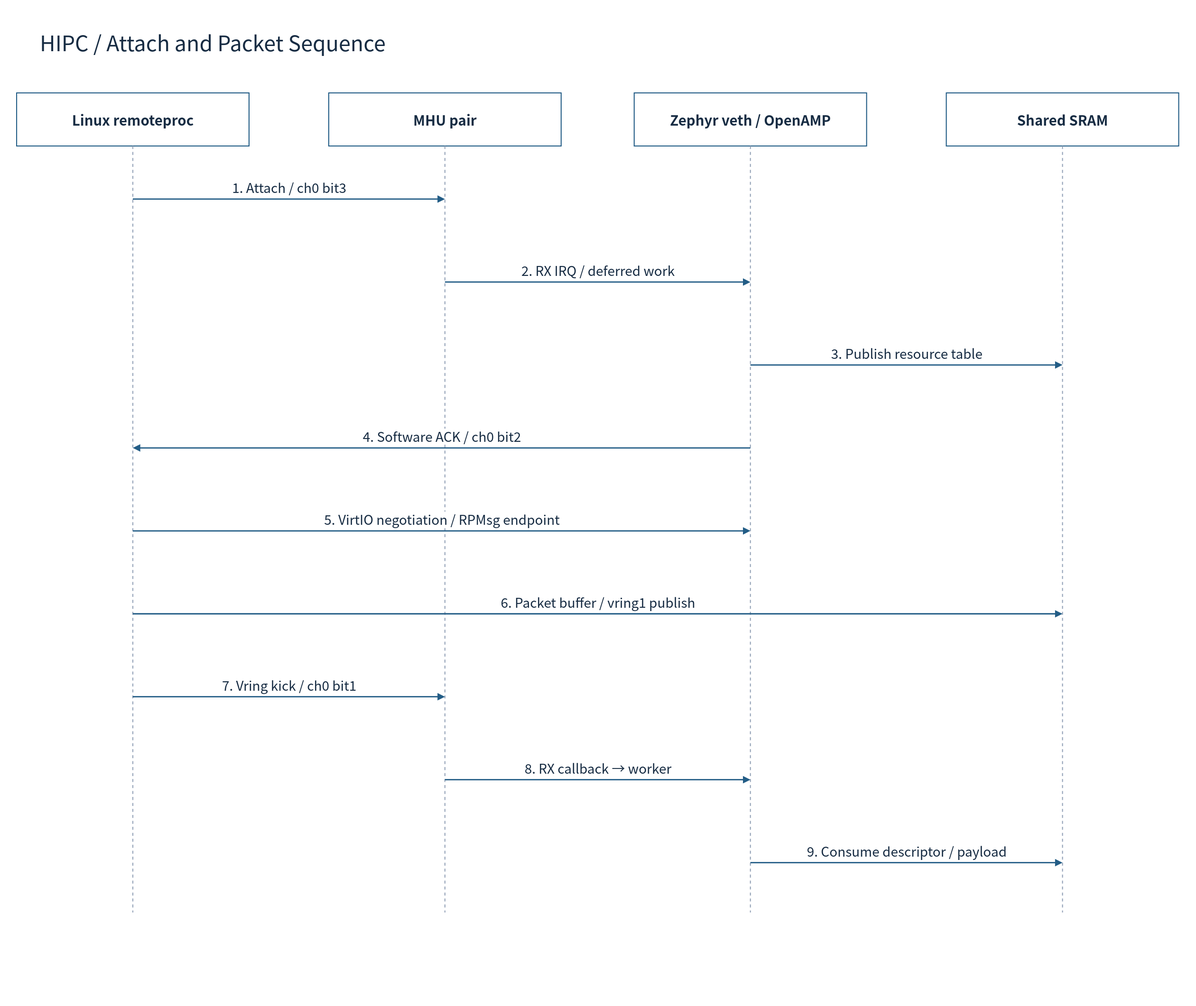
This is doc/phase1/mailbox/diagrams/13-hipc-sequence.drawio.svg from cometzero/project-apollo, a draw.io export, as it was before one commit. Source tidied: cells renumbered, new cells last; positions are measured from the earlier drawing's top-left corner, leaving out a move shared by most shapes. Source of this version:
```xml
<mxGraphModel background="#FFFFFF">
  <root>
    <mxCell id="0" />
    <mxCell id="1" parent="0" />
    <mxCell id="2" style="rounded=0;whiteSpace=wrap;html=1;fillColor=#FFFFFF;strokeColor=none;strokeWidth=1.5;fontColor=#172C43;fontFamily=Noto Sans CJK KR;fontSize=22;spacing=10;" parent="1" vertex="1">
      <mxGeometry width="1800" height="1515" as="geometry" />
    </mxCell>
    <mxCell id="3" value="HIPC / Attach and Packet Sequence" style="rounded=0;whiteSpace=wrap;html=1;fillColor=#FFFFFF;strokeColor=none;strokeWidth=1.5;fontColor=#172C43;fontFamily=Noto Sans CJK KR;fontSize=22;spacing=10;fontSize=32;align=left;" parent="1" vertex="1">
      <mxGeometry x="50" y="30" width="1700" height="65" as="geometry" />
    </mxCell>
    <mxCell id="4" value="Linux remoteproc" style="rounded=0;whiteSpace=wrap;html=1;fillColor=#FFFFFF;strokeColor=#235D86;strokeWidth=1.5;fontColor=#172C43;fontFamily=Noto Sans CJK KR;fontSize=22;spacing=10;fontStyle=1;fontSize=21;" parent="1" vertex="1">
      <mxGeometry x="25" y="140" width="350" height="80" as="geometry" />
    </mxCell>
    <mxCell id="5" style="endArrow=none;dashed=1;strokeColor=#94A3B8;strokeWidth=1.5;" parent="1" edge="1">
      <mxGeometry relative="1" as="geometry">
        <mxPoint x="200" y="220" as="sourcePoint" />
        <mxPoint x="200" y="1375" as="targetPoint" />
      </mxGeometry>
    </mxCell>
    <mxCell id="6" value="MHU pair" style="rounded=0;whiteSpace=wrap;html=1;fillColor=#FFFFFF;strokeColor=#235D86;strokeWidth=1.5;fontColor=#172C43;fontFamily=Noto Sans CJK KR;fontSize=22;spacing=10;fontStyle=1;fontSize=21;" parent="1" vertex="1">
      <mxGeometry x="495" y="140" width="350" height="80" as="geometry" />
    </mxCell>
    <mxCell id="7" style="endArrow=none;dashed=1;strokeColor=#94A3B8;strokeWidth=1.5;" parent="1" edge="1">
      <mxGeometry relative="1" as="geometry">
        <mxPoint x="670" y="220" as="sourcePoint" />
        <mxPoint x="670" y="1375" as="targetPoint" />
      </mxGeometry>
    </mxCell>
    <mxCell id="8" value="Zephyr veth / OpenAMP" style="rounded=0;whiteSpace=wrap;html=1;fillColor=#FFFFFF;strokeColor=#235D86;strokeWidth=1.5;fontColor=#172C43;fontFamily=Noto Sans CJK KR;fontSize=22;spacing=10;fontStyle=1;fontSize=21;" parent="1" vertex="1">
      <mxGeometry x="955" y="140" width="350" height="80" as="geometry" />
    </mxCell>
    <mxCell id="9" style="endArrow=none;dashed=1;strokeColor=#94A3B8;strokeWidth=1.5;" parent="1" edge="1">
      <mxGeometry relative="1" as="geometry">
        <mxPoint x="1130" y="220" as="sourcePoint" />
        <mxPoint x="1130" y="1375" as="targetPoint" />
      </mxGeometry>
    </mxCell>
    <mxCell id="10" value="Shared SRAM" style="rounded=0;whiteSpace=wrap;html=1;fillColor=#FFFFFF;strokeColor=#235D86;strokeWidth=1.5;fontColor=#172C43;fontFamily=Noto Sans CJK KR;fontSize=22;spacing=10;fontStyle=1;fontSize=21;" parent="1" vertex="1">
      <mxGeometry x="1425" y="140" width="350" height="80" as="geometry" />
    </mxCell>
    <mxCell id="11" style="endArrow=none;dashed=1;strokeColor=#94A3B8;strokeWidth=1.5;" parent="1" edge="1">
      <mxGeometry relative="1" as="geometry">
        <mxPoint x="1600" y="220" as="sourcePoint" />
        <mxPoint x="1600" y="1375" as="targetPoint" />
      </mxGeometry>
    </mxCell>
    <mxCell id="12" value="1. Attach / ch0 bit3" style="edgeStyle=none;html=1;endArrow=block;endFill=1;strokeColor=#235D86;strokeWidth=2;fontColor=#172C43;fontFamily=Noto Sans CJK KR;fontSize=20;labelBackgroundColor=#FFFFFF;" parent="1" edge="1">
      <mxGeometry relative="1" as="geometry">
        <mxPoint x="200" y="300" as="sourcePoint" />
        <mxPoint x="670" y="300" as="targetPoint" />
        <mxPoint y="-18" as="offset" />
      </mxGeometry>
    </mxCell>
    <mxCell id="13" value="2. RX IRQ / deferred work" style="edgeStyle=none;html=1;endArrow=block;endFill=1;strokeColor=#235D86;strokeWidth=2;fontColor=#172C43;fontFamily=Noto Sans CJK KR;fontSize=20;labelBackgroundColor=#FFFFFF;" parent="1" edge="1">
      <mxGeometry relative="1" as="geometry">
        <mxPoint x="670" y="425" as="sourcePoint" />
        <mxPoint x="1130" y="425" as="targetPoint" />
        <mxPoint y="-18" as="offset" />
      </mxGeometry>
    </mxCell>
    <mxCell id="14" value="3. Publish resource table" style="edgeStyle=none;html=1;endArrow=block;endFill=1;strokeColor=#235D86;strokeWidth=2;fontColor=#172C43;fontFamily=Noto Sans CJK KR;fontSize=20;labelBackgroundColor=#FFFFFF;" parent="1" edge="1">
      <mxGeometry relative="1" as="geometry">
        <mxPoint x="1130" y="550" as="sourcePoint" />
        <mxPoint x="1600" y="550" as="targetPoint" />
        <mxPoint y="-18" as="offset" />
      </mxGeometry>
    </mxCell>
    <mxCell id="15" value="4. Software ACK / ch0 bit2" style="edgeStyle=none;html=1;endArrow=block;endFill=1;strokeColor=#235D86;strokeWidth=2;fontColor=#172C43;fontFamily=Noto Sans CJK KR;fontSize=20;labelBackgroundColor=#FFFFFF;" parent="1" edge="1">
      <mxGeometry relative="1" as="geometry">
        <mxPoint x="1130" y="675" as="sourcePoint" />
        <mxPoint x="200" y="675" as="targetPoint" />
        <mxPoint y="-18" as="offset" />
      </mxGeometry>
    </mxCell>
    <mxCell id="16" value="5. VirtIO negotiation / RPMsg endpoint" style="edgeStyle=none;html=1;endArrow=block;endFill=1;strokeColor=#235D86;strokeWidth=2;fontColor=#172C43;fontFamily=Noto Sans CJK KR;fontSize=20;labelBackgroundColor=#FFFFFF;" parent="1" edge="1">
      <mxGeometry relative="1" as="geometry">
        <mxPoint x="200" y="800" as="sourcePoint" />
        <mxPoint x="1130" y="800" as="targetPoint" />
        <mxPoint y="-18" as="offset" />
      </mxGeometry>
    </mxCell>
    <mxCell id="17" value="6. Packet buffer / vring1 publish" style="edgeStyle=none;html=1;endArrow=block;endFill=1;strokeColor=#235D86;strokeWidth=2;fontColor=#172C43;fontFamily=Noto Sans CJK KR;fontSize=20;labelBackgroundColor=#FFFFFF;" parent="1" edge="1">
      <mxGeometry relative="1" as="geometry">
        <mxPoint x="200" y="925" as="sourcePoint" />
        <mxPoint x="1600" y="925" as="targetPoint" />
        <mxPoint y="-18" as="offset" />
      </mxGeometry>
    </mxCell>
    <mxCell id="18" value="7. Vring kick / ch0 bit1" style="edgeStyle=none;html=1;endArrow=block;endFill=1;strokeColor=#235D86;strokeWidth=2;fontColor=#172C43;fontFamily=Noto Sans CJK KR;fontSize=20;labelBackgroundColor=#FFFFFF;" parent="1" edge="1">
      <mxGeometry relative="1" as="geometry">
        <mxPoint x="200" y="1050" as="sourcePoint" />
        <mxPoint x="670" y="1050" as="targetPoint" />
        <mxPoint y="-18" as="offset" />
      </mxGeometry>
    </mxCell>
    <mxCell id="19" value="8. RX callback → worker" style="edgeStyle=none;html=1;endArrow=block;endFill=1;strokeColor=#235D86;strokeWidth=2;fontColor=#172C43;fontFamily=Noto Sans CJK KR;fontSize=20;labelBackgroundColor=#FFFFFF;" parent="1" edge="1">
      <mxGeometry relative="1" as="geometry">
        <mxPoint x="670" y="1175" as="sourcePoint" />
        <mxPoint x="1130" y="1175" as="targetPoint" />
        <mxPoint y="-18" as="offset" />
      </mxGeometry>
    </mxCell>
    <mxCell id="20" value="9. Consume descriptor / payload" style="edgeStyle=none;html=1;endArrow=block;endFill=1;strokeColor=#235D86;strokeWidth=2;fontColor=#172C43;fontFamily=Noto Sans CJK KR;fontSize=20;labelBackgroundColor=#FFFFFF;" parent="1" edge="1">
      <mxGeometry relative="1" as="geometry">
        <mxPoint x="1130" y="1300" as="sourcePoint" />
        <mxPoint x="1600" y="1300" as="targetPoint" />
        <mxPoint y="-18" as="offset" />
      </mxGeometry>
    </mxCell>
  </root>
</mxGraphModel>
```
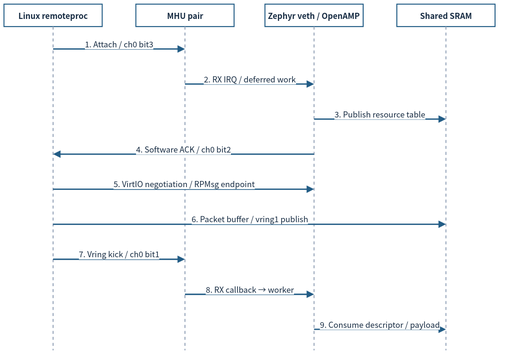
Later version of the same file.

Change to the diagram source:
```diff
@@ -2,109 +2,103 @@
   <root>
     <mxCell id="0" />
     <mxCell id="1" parent="0" />
-    <mxCell id="2" style="rounded=0;whiteSpace=wrap;html=1;fillColor=#FFFFFF;strokeColor=none;strokeWidth=1.5;fontColor=#172C43;fontFamily=Noto Sans CJK KR;fontSize=22;spacing=10;" parent="1" vertex="1">
-      <mxGeometry width="1800" height="1515" as="geometry" />
-    </mxCell>
-    <mxCell id="3" value="HIPC / Attach and Packet Sequence" style="rounded=0;whiteSpace=wrap;html=1;fillColor=#FFFFFF;strokeColor=none;strokeWidth=1.5;fontColor=#172C43;fontFamily=Noto Sans CJK KR;fontSize=22;spacing=10;fontSize=32;align=left;" parent="1" vertex="1">
-      <mxGeometry x="50" y="30" width="1700" height="65" as="geometry" />
-    </mxCell>
-    <mxCell id="4" value="Linux remoteproc" style="rounded=0;whiteSpace=wrap;html=1;fillColor=#FFFFFF;strokeColor=#235D86;strokeWidth=1.5;fontColor=#172C43;fontFamily=Noto Sans CJK KR;fontSize=22;spacing=10;fontStyle=1;fontSize=21;" parent="1" vertex="1">
-      <mxGeometry x="25" y="140" width="350" height="80" as="geometry" />
+    <mxCell id="4" value="Linux remoteproc" style="rounded=0;whiteSpace=wrap;html=1;fillColor=#FFFFFF;strokeColor=#235D86;strokeWidth=1.5;fontColor=#172C43;fontFamily=Noto Sans CJK KR;fontStyle=1;fontSize=12;spacing=3;whiteSpace=wrap;" parent="1" vertex="1">
+      <mxGeometry x="12" y="12" width="148" height="33.8" as="geometry" />
     </mxCell>
-    <mxCell id="5" style="endArrow=none;dashed=1;strokeColor=#94A3B8;strokeWidth=1.5;" parent="1" edge="1">
+    <mxCell id="5" style="endArrow=none;dashed=1;strokeColor=#94A3B8;strokeWidth=1.5;fontSize=12;spacing=3;whiteSpace=nowrap;" parent="1" edge="1">
       <mxGeometry relative="1" as="geometry">
-        <mxPoint x="200" y="220" as="sourcePoint" />
-        <mxPoint x="200" y="1375" as="targetPoint" />
+        <mxPoint x="86" y="45.8" as="sourcePoint" />
+        <mxPoint x="86" y="534.2" as="targetPoint" />
       </mxGeometry>
     </mxCell>
-    <mxCell id="6" value="MHU pair" style="rounded=0;whiteSpace=wrap;html=1;fillColor=#FFFFFF;strokeColor=#235D86;strokeWidth=1.5;fontColor=#172C43;fontFamily=Noto Sans CJK KR;fontSize=22;spacing=10;fontStyle=1;fontSize=21;" parent="1" vertex="1">
-      <mxGeometry x="495" y="140" width="350" height="80" as="geometry" />
+    <mxCell id="6" value="MHU pair" style="rounded=0;whiteSpace=wrap;html=1;fillColor=#FFFFFF;strokeColor=#235D86;strokeWidth=1.5;fontColor=#172C43;fontFamily=Noto Sans CJK KR;fontStyle=1;fontSize=12;spacing=3;whiteSpace=wrap;" parent="1" vertex="1">
+      <mxGeometry x="210.7" y="12" width="148" height="33.8" as="geometry" />
     </mxCell>
-    <mxCell id="7" style="endArrow=none;dashed=1;strokeColor=#94A3B8;strokeWidth=1.5;" parent="1" edge="1">
+    <mxCell id="7" style="endArrow=none;dashed=1;strokeColor=#94A3B8;strokeWidth=1.5;fontSize=12;spacing=3;whiteSpace=nowrap;" parent="1" edge="1">
       <mxGeometry relative="1" as="geometry">
-        <mxPoint x="670" y="220" as="sourcePoint" />
-        <mxPoint x="670" y="1375" as="targetPoint" />
+        <mxPoint x="284.7" y="45.8" as="sourcePoint" />
+        <mxPoint x="284.7" y="534.2" as="targetPoint" />
       </mxGeometry>
     </mxCell>
-    <mxCell id="8" value="Zephyr veth / OpenAMP" style="rounded=0;whiteSpace=wrap;html=1;fillColor=#FFFFFF;strokeColor=#235D86;strokeWidth=1.5;fontColor=#172C43;fontFamily=Noto Sans CJK KR;fontSize=22;spacing=10;fontStyle=1;fontSize=21;" parent="1" vertex="1">
-      <mxGeometry x="955" y="140" width="350" height="80" as="geometry" />
+    <mxCell id="8" value="Zephyr veth / OpenAMP" style="rounded=0;whiteSpace=wrap;html=1;fillColor=#FFFFFF;strokeColor=#235D86;strokeWidth=1.5;fontColor=#172C43;fontFamily=Noto Sans CJK KR;fontStyle=1;fontSize=12;spacing=3;whiteSpace=wrap;" parent="1" vertex="1">
+      <mxGeometry x="405.3" y="12" width="148" height="33.8" as="geometry" />
     </mxCell>
-    <mxCell id="9" style="endArrow=none;dashed=1;strokeColor=#94A3B8;strokeWidth=1.5;" parent="1" edge="1">
+    <mxCell id="9" style="endArrow=none;dashed=1;strokeColor=#94A3B8;strokeWidth=1.5;fontSize=12;spacing=3;whiteSpace=nowrap;" parent="1" edge="1">
       <mxGeometry relative="1" as="geometry">
-        <mxPoint x="1130" y="220" as="sourcePoint" />
-        <mxPoint x="1130" y="1375" as="targetPoint" />
+        <mxPoint x="479.3" y="45.8" as="sourcePoint" />
+        <mxPoint x="479.3" y="534.2" as="targetPoint" />
       </mxGeometry>
     </mxCell>
-    <mxCell id="10" value="Shared SRAM" style="rounded=0;whiteSpace=wrap;html=1;fillColor=#FFFFFF;strokeColor=#235D86;strokeWidth=1.5;fontColor=#172C43;fontFamily=Noto Sans CJK KR;fontSize=22;spacing=10;fontStyle=1;fontSize=21;" parent="1" vertex="1">
-      <mxGeometry x="1425" y="140" width="350" height="80" as="geometry" />
+    <mxCell id="10" value="Shared SRAM" style="rounded=0;whiteSpace=wrap;html=1;fillColor=#FFFFFF;strokeColor=#235D86;strokeWidth=1.5;fontColor=#172C43;fontFamily=Noto Sans CJK KR;fontStyle=1;fontSize=12;spacing=3;whiteSpace=wrap;" parent="1" vertex="1">
+      <mxGeometry x="604" y="12" width="148" height="33.8" as="geometry" />
     </mxCell>
-    <mxCell id="11" style="endArrow=none;dashed=1;strokeColor=#94A3B8;strokeWidth=1.5;" parent="1" edge="1">
+    <mxCell id="11" style="endArrow=none;dashed=1;strokeColor=#94A3B8;strokeWidth=1.5;fontSize=12;spacing=3;whiteSpace=nowrap;" parent="1" edge="1">
       <mxGeometry relative="1" as="geometry">
-        <mxPoint x="1600" y="220" as="sourcePoint" />
-        <mxPoint x="1600" y="1375" as="targetPoint" />
+        <mxPoint x="678" y="45.8" as="sourcePoint" />
+        <mxPoint x="678" y="534.2" as="targetPoint" />
       </mxGeometry>
     </mxCell>
-    <mxCell id="12" value="1. Attach / ch0 bit3" style="edgeStyle=none;html=1;endArrow=block;endFill=1;strokeColor=#235D86;strokeWidth=2;fontColor=#172C43;fontFamily=Noto Sans CJK KR;fontSize=20;labelBackgroundColor=#FFFFFF;" parent="1" edge="1">
+    <mxCell id="12" value="1. Attach / ch0 bit3" style="edgeStyle=none;html=1;endArrow=block;endFill=1;strokeColor=#235D86;strokeWidth=2;fontColor=#172C43;fontFamily=Noto Sans CJK KR;labelBackgroundColor=#FFFFFF;fontSize=12;spacing=3;whiteSpace=nowrap;" parent="1" edge="1">
       <mxGeometry relative="1" as="geometry">
-        <mxPoint x="200" y="300" as="sourcePoint" />
-        <mxPoint x="670" y="300" as="targetPoint" />
-        <mxPoint y="-18" as="offset" />
+        <mxPoint x="86" y="79.7" as="sourcePoint" />
+        <mxPoint x="284.7" y="79.7" as="targetPoint" />
+        <mxPoint y="-7.6" as="offset" />
       </mxGeometry>
     </mxCell>
-    <mxCell id="13" value="2. RX IRQ / deferred work" style="edgeStyle=none;html=1;endArrow=block;endFill=1;strokeColor=#235D86;strokeWidth=2;fontColor=#172C43;fontFamily=Noto Sans CJK KR;fontSize=20;labelBackgroundColor=#FFFFFF;" parent="1" edge="1">
+    <mxCell id="13" value="2. RX IRQ / deferred work" style="edgeStyle=none;html=1;endArrow=block;endFill=1;strokeColor=#235D86;strokeWidth=2;fontColor=#172C43;fontFamily=Noto Sans CJK KR;labelBackgroundColor=#FFFFFF;fontSize=12;spacing=3;whiteSpace=nowrap;" parent="1" edge="1">
       <mxGeometry relative="1" as="geometry">
-        <mxPoint x="670" y="425" as="sourcePoint" />
-        <mxPoint x="1130" y="425" as="targetPoint" />
-        <mxPoint y="-18" as="offset" />
+        <mxPoint x="284.7" y="132.5" as="sourcePoint" />
+        <mxPoint x="479.3" y="132.5" as="targetPoint" />
+        <mxPoint y="-7.6" as="offset" />
       </mxGeometry>
     </mxCell>
-    <mxCell id="14" value="3. Publish resource table" style="edgeStyle=none;html=1;endArrow=block;endFill=1;strokeColor=#235D86;strokeWidth=2;fontColor=#172C43;fontFamily=Noto Sans CJK KR;fontSize=20;labelBackgroundColor=#FFFFFF;" parent="1" edge="1">
+    <mxCell id="14" value="3. Publish resource table" style="edgeStyle=none;html=1;endArrow=block;endFill=1;strokeColor=#235D86;strokeWidth=2;fontColor=#172C43;fontFamily=Noto Sans CJK KR;labelBackgroundColor=#FFFFFF;fontSize=12;spacing=3;whiteSpace=nowrap;" parent="1" edge="1">
       <mxGeometry relative="1" as="geometry">
-        <mxPoint x="1130" y="550" as="sourcePoint" />
-        <mxPoint x="1600" y="550" as="targetPoint" />
-        <mxPoint y="-18" as="offset" />
+        <mxPoint x="479.3" y="185.4" as="sourcePoint" />
+        <mxPoint x="678" y="185.4" as="targetPoint" />
+        <mxPoint y="-7.6" as="offset" />
       </mxGeometry>
     </mxCell>
-    <mxCell id="15" value="4. Software ACK / ch0 bit2" style="edgeStyle=none;html=1;endArrow=block;endFill=1;strokeColor=#235D86;strokeWidth=2;fontColor=#172C43;fontFamily=Noto Sans CJK KR;fontSize=20;labelBackgroundColor=#FFFFFF;" parent="1" edge="1">
+    <mxCell id="15" value="4. Software ACK / ch0 bit2" style="edgeStyle=none;html=1;endArrow=block;endFill=1;strokeColor=#235D86;strokeWidth=2;fontColor=#172C43;fontFamily=Noto Sans CJK KR;labelBackgroundColor=#FFFFFF;fontSize=12;spacing=3;whiteSpace=nowrap;" parent="1" edge="1">
       <mxGeometry relative="1" as="geometry">
-        <mxPoint x="1130" y="675" as="sourcePoint" />
-        <mxPoint x="200" y="675" as="targetPoint" />
-        <mxPoint y="-18" as="offset" />
+        <mxPoint x="479.3" y="238.2" as="sourcePoint" />
+        <mxPoint x="86" y="238.2" as="targetPoint" />
+        <mxPoint y="-7.6" as="offset" />
       </mxGeometry>
     </mxCell>
-    <mxCell id="16" value="5. VirtIO negotiation / RPMsg endpoint" style="edgeStyle=none;html=1;endArrow=block;endFill=1;strokeColor=#235D86;strokeWidth=2;fontColor=#172C43;fontFamily=Noto Sans CJK KR;fontSize=20;labelBackgroundColor=#FFFFFF;" parent="1" edge="1">
+    <mxCell id="16" value="5. VirtIO negotiation / RPMsg endpoint" style="edgeStyle=none;html=1;endArrow=block;endFill=1;strokeColor=#235D86;strokeWidth=2;fontColor=#172C43;fontFamily=Noto Sans CJK KR;labelBackgroundColor=#FFFFFF;fontSize=12;spacing=3;whiteSpace=nowrap;" parent="1" edge="1">
       <mxGeometry relative="1" as="geometry">
-        <mxPoint x="200" y="800" as="sourcePoint" />
-        <mxPoint x="1130" y="800" as="targetPoint" />
-        <mxPoint y="-18" as="offset" />
+        <mxPoint x="86" y="291.1" as="sourcePoint" />
+        <mxPoint x="479.3" y="291.1" as="targetPoint" />
+        <mxPoint y="-7.6" as="offset" />
       </mxGeometry>
     </mxCell>
-    <mxCell id="17" value="6. Packet buffer / vring1 publish" style="edgeStyle=none;html=1;endArrow=block;endFill=1;strokeColor=#235D86;strokeWidth=2;fontColor=#172C43;fontFamily=Noto Sans CJK KR;fontSize=20;labelBackgroundColor=#FFFFFF;" parent="1" edge="1">
+    <mxCell id="17" value="6. Packet buffer / vring1 publish" style="edgeStyle=none;html=1;endArrow=block;endFill=1;strokeColor=#235D86;strokeWidth=2;fontColor=#172C43;fontFamily=Noto Sans CJK KR;labelBackgroundColor=#FFFFFF;fontSize=12;spacing=3;whiteSpace=nowrap;" parent="1" edge="1">
       <mxGeometry relative="1" as="geometry">
-        <mxPoint x="200" y="925" as="sourcePoint" />
-        <mxPoint x="1600" y="925" as="targetPoint" />
-        <mxPoint y="-18" as="offset" />
+        <mxPoint x="86" y="343.9" as="sourcePoint" />
+        <mxPoint x="678" y="343.9" as="targetPoint" />
+        <mxPoint y="-7.6" as="offset" />
       </mxGeometry>
     </mxCell>
-    <mxCell id="18" value="7. Vring kick / ch0 bit1" style="edgeStyle=none;html=1;endArrow=block;endFill=1;strokeColor=#235D86;strokeWidth=2;fontColor=#172C43;fontFamily=Noto Sans CJK KR;fontSize=20;labelBackgroundColor=#FFFFFF;" parent="1" edge="1">
+    <mxCell id="18" value="7. Vring kick / ch0 bit1" style="edgeStyle=none;html=1;endArrow=block;endFill=1;strokeColor=#235D86;strokeWidth=2;fontColor=#172C43;fontFamily=Noto Sans CJK KR;labelBackgroundColor=#FFFFFF;fontSize=12;spacing=3;whiteSpace=nowrap;" parent="1" edge="1">
       <mxGeometry relative="1" as="geometry">
-        <mxPoint x="200" y="1050" as="sourcePoint" />
-        <mxPoint x="670" y="1050" as="targetPoint" />
-        <mxPoint y="-18" as="offset" />
+        <mxPoint x="86" y="396.8" as="sourcePoint" />
+        <mxPoint x="284.7" y="396.8" as="targetPoint" />
+        <mxPoint y="-7.6" as="offset" />
       </mxGeometry>
     </mxCell>
-    <mxCell id="19" value="8. RX callback → worker" style="edgeStyle=none;html=1;endArrow=block;endFill=1;strokeColor=#235D86;strokeWidth=2;fontColor=#172C43;fontFamily=Noto Sans CJK KR;fontSize=20;labelBackgroundColor=#FFFFFF;" parent="1" edge="1">
+    <mxCell id="19" value="8. RX callback → worker" style="edgeStyle=none;html=1;endArrow=block;endFill=1;strokeColor=#235D86;strokeWidth=2;fontColor=#172C43;fontFamily=Noto Sans CJK KR;labelBackgroundColor=#FFFFFF;fontSize=12;spacing=3;whiteSpace=nowrap;" parent="1" edge="1">
       <mxGeometry relative="1" as="geometry">
-        <mxPoint x="670" y="1175" as="sourcePoint" />
-        <mxPoint x="1130" y="1175" as="targetPoint" />
-        <mxPoint y="-18" as="offset" />
+        <mxPoint x="284.7" y="449.7" as="sourcePoint" />
+        <mxPoint x="479.3" y="449.7" as="targetPoint" />
+        <mxPoint y="-7.6" as="offset" />
       </mxGeometry>
     </mxCell>
-    <mxCell id="20" value="9. Consume descriptor / payload" style="edgeStyle=none;html=1;endArrow=block;endFill=1;strokeColor=#235D86;strokeWidth=2;fontColor=#172C43;fontFamily=Noto Sans CJK KR;fontSize=20;labelBackgroundColor=#FFFFFF;" parent="1" edge="1">
+    <mxCell id="20" value="9. Consume descriptor / payload" style="edgeStyle=none;html=1;endArrow=block;endFill=1;strokeColor=#235D86;strokeWidth=2;fontColor=#172C43;fontFamily=Noto Sans CJK KR;labelBackgroundColor=#FFFFFF;fontSize=12;spacing=3;whiteSpace=nowrap;" parent="1" edge="1">
       <mxGeometry relative="1" as="geometry">
-        <mxPoint x="1130" y="1300" as="sourcePoint" />
-        <mxPoint x="1600" y="1300" as="targetPoint" />
-        <mxPoint y="-18" as="offset" />
+        <mxPoint x="479.3" y="502.5" as="sourcePoint" />
+        <mxPoint x="678" y="502.5" as="targetPoint" />
+        <mxPoint y="-7.6" as="offset" />
       </mxGeometry>
     </mxCell>
   </root>
```
